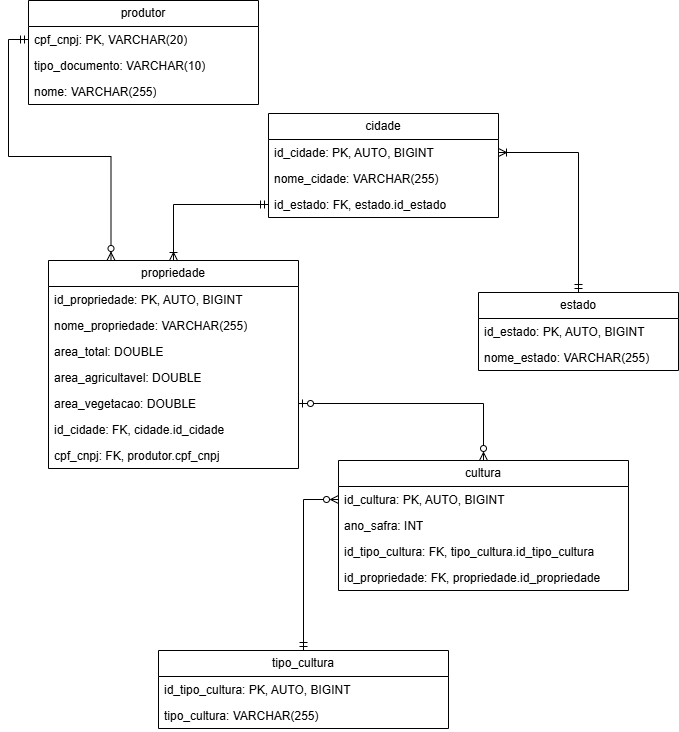
Before: docs/der.drawio.png, a diagram exported from draw.io (francisco-ricardo/agric). Source tidied: cells renumbered, new cells last; positions are measured from the earlier drawing's top-left corner, leaving out a move shared by most shapes. Its diagram source:
```xml
<mxGraphModel>
  <root>
    <mxCell id="0" />
    <mxCell id="1" parent="0" />
    <mxCell id="2" style="shape=tableRow;horizontal=0;startSize=0;swimlaneHead=0;swimlaneBody=0;fillColor=none;top=0;left=0;right=0;bottom=0;" parent="1" vertex="1">
      <mxGeometry x="290" y="150" width="180" height="30" as="geometry" />
    </mxCell>
    <mxCell id="3" style="shape=partialRectangle;fillColor=none;top=0;left=0;bottom=0;right=0;overflow=hidden;whiteSpace=wrap;html=1;" parent="2" vertex="1">
      <mxGeometry width="30" height="30" as="geometry" />
    </mxCell>
    <mxCell id="4" style="shape=partialRectangle;fillColor=none;top=0;left=0;bottom=0;right=0;overflow=hidden;whiteSpace=wrap;html=1;" parent="1" vertex="1">
      <mxGeometry x="290" y="160" width="30" height="30" as="geometry" />
    </mxCell>
    <mxCell id="5" style="shape=tableRow;horizontal=0;startSize=0;swimlaneHead=0;swimlaneBody=0;fillColor=none;top=0;left=0;right=0;bottom=0;html=1;" parent="1" vertex="1">
      <mxGeometry x="70" y="330" width="180" height="30" as="geometry" />
    </mxCell>
    <mxCell id="6" style="shape=partialRectangle;fillColor=none;top=0;left=0;bottom=0;right=0;overflow=hidden;html=1;whiteSpace=wrap;" parent="5" vertex="1">
      <mxGeometry width="60" height="30" as="geometry" />
    </mxCell>
    <mxCell id="7" value="produtor" style="swimlane;fontStyle=0;horizontal=1;startSize=26;fillColor=none;whiteSpace=wrap;html=1;" parent="1" vertex="1">
      <mxGeometry width="230" height="104" as="geometry" />
    </mxCell>
    <mxCell id="8" value="cpf_cnpj: PK, VARCHAR(20)" style="text;strokeColor=none;fillColor=none;align=left;verticalAlign=top;spacingLeft=4;spacingRight=4;overflow=hidden;points=[[0,0.5],[1,0.5]];portConstraint=eastwest;whiteSpace=wrap;html=1;" parent="7" vertex="1">
      <mxGeometry y="26" width="230" height="26" as="geometry" />
    </mxCell>
    <mxCell id="9" value="tipo_documento: VARCHAR(10)" style="text;strokeColor=none;fillColor=none;align=left;verticalAlign=top;spacingLeft=4;spacingRight=4;overflow=hidden;whiteSpace=wrap;html=1;" parent="7" vertex="1">
      <mxGeometry y="52" width="230" height="26" as="geometry" />
    </mxCell>
    <mxCell id="10" value="nome: VARCHAR(255)" style="text;strokeColor=none;fillColor=none;align=left;verticalAlign=top;spacingLeft=4;spacingRight=4;overflow=hidden;whiteSpace=wrap;html=1;" parent="7" vertex="1">
      <mxGeometry y="78" width="230" height="26" as="geometry" />
    </mxCell>
    <mxCell id="11" value="propriedade" style="swimlane;fontStyle=0;horizontal=1;startSize=26;fillColor=none;whiteSpace=wrap;html=1;" parent="1" vertex="1">
      <mxGeometry x="20" y="260" width="250" height="208" as="geometry" />
    </mxCell>
    <mxCell id="12" value="id_propriedade: PK, AUTO, BIGINT" style="text;strokeColor=none;fillColor=none;align=left;verticalAlign=top;spacingLeft=4;spacingRight=4;overflow=hidden;whiteSpace=wrap;html=1;" parent="11" vertex="1">
      <mxGeometry y="26" width="250" height="26" as="geometry" />
    </mxCell>
    <mxCell id="13" value="nome_propriedade: VARCHAR(255)" style="text;strokeColor=none;fillColor=none;align=left;verticalAlign=top;spacingLeft=4;spacingRight=4;overflow=hidden;whiteSpace=wrap;html=1;" parent="11" vertex="1">
      <mxGeometry y="52" width="250" height="26" as="geometry" />
    </mxCell>
    <mxCell id="14" value="area_total: DOUBLE" style="text;strokeColor=none;fillColor=none;align=left;verticalAlign=top;spacingLeft=4;spacingRight=4;overflow=hidden;whiteSpace=wrap;html=1;" parent="11" vertex="1">
      <mxGeometry y="78" width="250" height="26" as="geometry" />
    </mxCell>
    <mxCell id="15" value="area_agricultavel: DOUBLE" style="text;strokeColor=none;fillColor=none;align=left;verticalAlign=top;spacingLeft=4;spacingRight=4;overflow=hidden;whiteSpace=wrap;html=1;" parent="11" vertex="1">
      <mxGeometry y="104" width="250" height="26" as="geometry" />
    </mxCell>
    <mxCell id="16" value="area_vegetacao: DOUBLE" style="text;strokeColor=none;fillColor=none;align=left;verticalAlign=top;spacingLeft=4;spacingRight=4;overflow=hidden;points=[[0,0.5],[1,0.5]];portConstraint=eastwest;whiteSpace=wrap;html=1;" parent="11" vertex="1">
      <mxGeometry y="130" width="250" height="26" as="geometry" />
    </mxCell>
    <mxCell id="17" value="id_cidade: FK, cidade.id_cidade" style="text;strokeColor=none;fillColor=none;align=left;verticalAlign=top;spacingLeft=4;spacingRight=4;overflow=hidden;whiteSpace=wrap;html=1;" parent="11" vertex="1">
      <mxGeometry y="156" width="250" height="26" as="geometry" />
    </mxCell>
    <mxCell id="18" value="cpf_cnpj: FK, produtor.cpf_cnpj" style="text;strokeColor=none;fillColor=none;align=left;verticalAlign=top;spacingLeft=4;spacingRight=4;overflow=hidden;whiteSpace=wrap;html=1;" parent="11" vertex="1">
      <mxGeometry y="182" width="250" height="26" as="geometry" />
    </mxCell>
    <mxCell id="19" value="cidade" style="swimlane;fontStyle=0;horizontal=1;startSize=26;fillColor=none;whiteSpace=wrap;html=1;" parent="1" vertex="1">
      <mxGeometry x="240" y="113" width="230" height="104" as="geometry" />
    </mxCell>
    <mxCell id="20" value="id_cidade: PK, AUTO, BIGINT" style="text;strokeColor=none;fillColor=none;align=left;verticalAlign=top;spacingLeft=4;spacingRight=4;overflow=hidden;points=[[0,0.5],[1,0.5]];portConstraint=eastwest;whiteSpace=wrap;html=1;" parent="19" vertex="1">
      <mxGeometry y="26" width="230" height="26" as="geometry" />
    </mxCell>
    <mxCell id="21" value="nome_cidade: VARCHAR(255)" style="text;strokeColor=none;fillColor=none;align=left;verticalAlign=top;spacingLeft=4;spacingRight=4;overflow=hidden;whiteSpace=wrap;html=1;" parent="19" vertex="1">
      <mxGeometry y="52" width="230" height="26" as="geometry" />
    </mxCell>
    <mxCell id="22" value="id_estado: FK, estado.id_estado" style="text;strokeColor=none;fillColor=none;align=left;verticalAlign=top;spacingLeft=4;spacingRight=4;overflow=hidden;points=[[0,0.5],[1,0.5]];portConstraint=eastwest;whiteSpace=wrap;html=1;" parent="19" vertex="1">
      <mxGeometry y="78" width="230" height="26" as="geometry" />
    </mxCell>
    <mxCell id="23" style="edgeStyle=orthogonalEdgeStyle;rounded=0;jettySize=auto;html=1;exitX=0.5;exitY=0;exitDx=0;exitDy=0;entryX=1;entryY=0.5;entryDx=0;entryDy=0;startArrow=ERmandOne;startFill=0;endArrow=ERoneToMany;endFill=0;" parent="1" edge="1" source="24" target="20">
      <mxGeometry relative="1" as="geometry" />
    </mxCell>
    <mxCell id="24" value="estado" style="swimlane;fontStyle=0;horizontal=1;startSize=26;fillColor=none;whiteSpace=wrap;html=1;" parent="1" vertex="1">
      <mxGeometry x="450" y="292" width="200" height="78" as="geometry" />
    </mxCell>
    <mxCell id="25" value="id_estado: PK, AUTO, BIGINT" style="text;strokeColor=none;fillColor=none;align=left;verticalAlign=top;spacingLeft=4;spacingRight=4;overflow=hidden;whiteSpace=wrap;html=1;" parent="24" vertex="1">
      <mxGeometry y="26" width="200" height="26" as="geometry" />
    </mxCell>
    <mxCell id="26" value="nome_estado: VARCHAR(255)" style="text;strokeColor=none;fillColor=none;align=left;verticalAlign=top;spacingLeft=4;spacingRight=4;overflow=hidden;whiteSpace=wrap;html=1;" parent="24" vertex="1">
      <mxGeometry y="52" width="200" height="26" as="geometry" />
    </mxCell>
    <mxCell id="27" style="edgeStyle=orthogonalEdgeStyle;rounded=0;jettySize=auto;html=1;exitX=0;exitY=0.5;exitDx=0;exitDy=0;entryX=0.5;entryY=0;entryDx=0;entryDy=0;startArrow=ERmandOne;startFill=0;endArrow=ERoneToMany;endFill=0;" parent="1" edge="1" source="22" target="11">
      <mxGeometry relative="1" as="geometry" />
    </mxCell>
    <mxCell id="28" value="cultura" style="swimlane;fontStyle=0;horizontal=1;startSize=26;fillColor=none;whiteSpace=wrap;html=1;" parent="1" vertex="1">
      <mxGeometry x="310" y="460" width="290" height="130" as="geometry" />
    </mxCell>
    <mxCell id="29" value="id_cultura: PK, AUTO, BIGINT" style="text;strokeColor=none;fillColor=none;align=left;verticalAlign=top;spacingLeft=4;spacingRight=4;overflow=hidden;points=[[0,0.5],[1,0.5]];portConstraint=eastwest;whiteSpace=wrap;html=1;" parent="28" vertex="1">
      <mxGeometry y="26" width="290" height="26" as="geometry" />
    </mxCell>
    <mxCell id="30" value="ano_safra: INT" style="text;strokeColor=none;fillColor=none;align=left;verticalAlign=top;spacingLeft=4;spacingRight=4;overflow=hidden;whiteSpace=wrap;html=1;" parent="28" vertex="1">
      <mxGeometry y="52" width="290" height="26" as="geometry" />
    </mxCell>
    <mxCell id="31" value="id_tipo_cultura: FK, tipo_cultura.id_tipo_cultura" style="text;strokeColor=none;fillColor=none;align=left;verticalAlign=top;spacingLeft=4;spacingRight=4;overflow=hidden;whiteSpace=wrap;html=1;" parent="28" vertex="1">
      <mxGeometry y="78" width="290" height="26" as="geometry" />
    </mxCell>
    <mxCell id="32" value="id_propriedade: FK, propriedade.id_propriedade" style="text;strokeColor=none;fillColor=none;align=left;verticalAlign=top;spacingLeft=4;spacingRight=4;overflow=hidden;whiteSpace=wrap;html=1;" parent="28" vertex="1">
      <mxGeometry y="104" width="290" height="26" as="geometry" />
    </mxCell>
    <mxCell id="33" style="edgeStyle=orthogonalEdgeStyle;rounded=0;jettySize=auto;html=1;exitX=0.5;exitY=0;exitDx=0;exitDy=0;entryX=0;entryY=0.5;entryDx=0;entryDy=0;startArrow=ERmandOne;startFill=0;endArrow=ERzeroToMany;endFill=0;" parent="1" edge="1" source="34" target="29">
      <mxGeometry relative="1" as="geometry" />
    </mxCell>
    <mxCell id="34" value="tipo_cultura" style="swimlane;fontStyle=0;horizontal=1;startSize=26;fillColor=none;whiteSpace=wrap;html=1;" parent="1" vertex="1">
      <mxGeometry x="130" y="650" width="290" height="78" as="geometry" />
    </mxCell>
    <mxCell id="35" value="id_tipo_cultura: PK, AUTO, BIGINT" style="text;strokeColor=none;fillColor=none;align=left;verticalAlign=top;spacingLeft=4;spacingRight=4;overflow=hidden;whiteSpace=wrap;html=1;" parent="34" vertex="1">
      <mxGeometry y="26" width="290" height="26" as="geometry" />
    </mxCell>
    <mxCell id="36" value="tipo_cultura: VARCHAR(255)" style="text;strokeColor=none;fillColor=none;align=left;verticalAlign=top;spacingLeft=4;spacingRight=4;overflow=hidden;whiteSpace=wrap;html=1;" parent="34" vertex="1">
      <mxGeometry y="52" width="290" height="26" as="geometry" />
    </mxCell>
    <mxCell id="37" style="edgeStyle=orthogonalEdgeStyle;rounded=0;jettySize=auto;html=1;exitX=1;exitY=0.5;exitDx=0;exitDy=0;entryX=0.5;entryY=0;entryDx=0;entryDy=0;endArrow=ERzeroToMany;endFill=0;startArrow=ERzeroToOne;startFill=0;" parent="1" edge="1" source="16" target="28">
      <mxGeometry relative="1" as="geometry" />
    </mxCell>
    <mxCell id="38" style="edgeStyle=orthogonalEdgeStyle;rounded=0;jettySize=auto;html=1;exitX=0;exitY=0.5;exitDx=0;exitDy=0;entryX=0.25;entryY=0;entryDx=0;entryDy=0;startArrow=ERmandOne;startFill=0;endArrow=ERzeroToMany;endFill=0;" parent="1" edge="1" source="8" target="11">
      <mxGeometry relative="1" as="geometry" />
    </mxCell>
  </root>
</mxGraphModel>
```
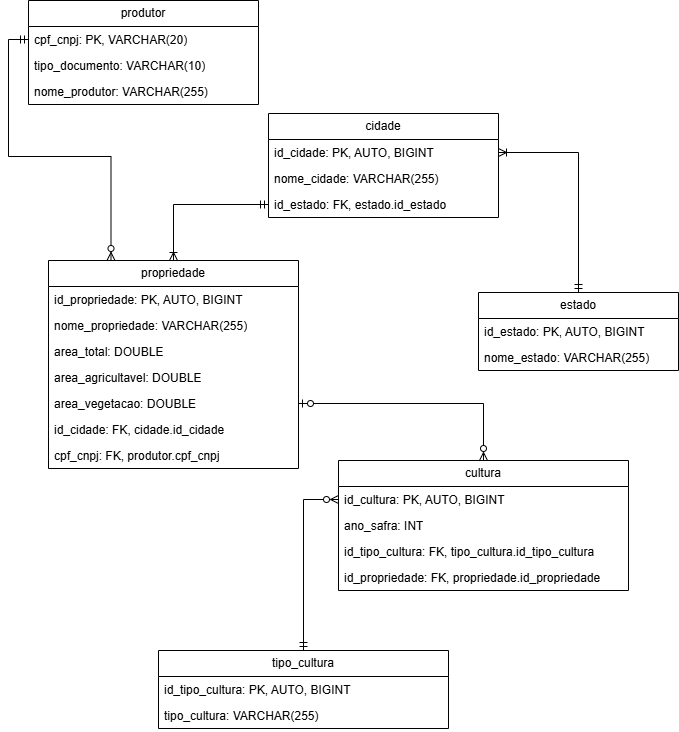
After the change.

Commit message:
Fix the column nome_produtor in the DER

Changes to be committed:
	modified:   docs/der.drawio
	modified:   docs/der.drawio.png

Diff of the diagram source:
```diff
@@ -26,7 +26,7 @@
     <mxCell id="9" value="tipo_documento: VARCHAR(10)" style="text;strokeColor=none;fillColor=none;align=left;verticalAlign=top;spacingLeft=4;spacingRight=4;overflow=hidden;whiteSpace=wrap;html=1;" parent="7" vertex="1">
       <mxGeometry y="52" width="230" height="26" as="geometry" />
     </mxCell>
-    <mxCell id="10" value="nome: VARCHAR(255)" style="text;strokeColor=none;fillColor=none;align=left;verticalAlign=top;spacingLeft=4;spacingRight=4;overflow=hidden;whiteSpace=wrap;html=1;" parent="7" vertex="1">
+    <mxCell id="10" value="nome_produtor: VARCHAR(255)" style="text;strokeColor=none;fillColor=none;align=left;verticalAlign=top;spacingLeft=4;spacingRight=4;overflow=hidden;whiteSpace=wrap;html=1;" parent="7" vertex="1">
       <mxGeometry y="78" width="230" height="26" as="geometry" />
     </mxCell>
     <mxCell id="11" value="propriedade" style="swimlane;fontStyle=0;horizontal=1;startSize=26;fillColor=none;whiteSpace=wrap;html=1;" parent="1" vertex="1">
```
